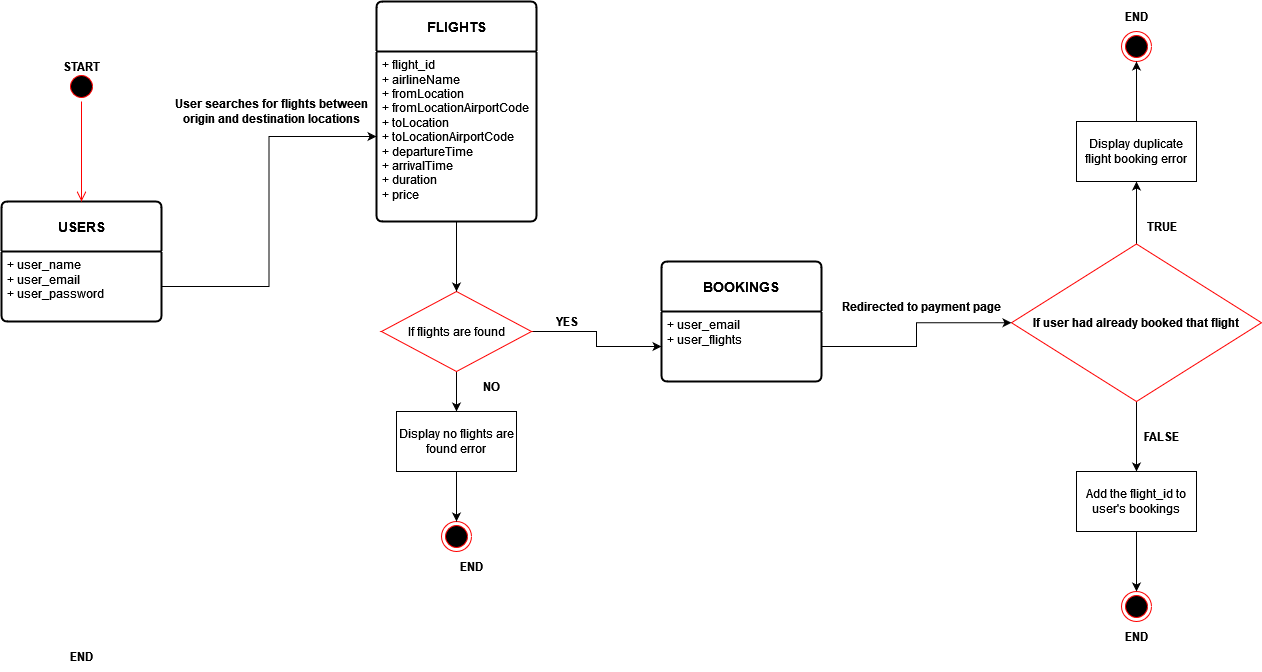
Above: documentation_images/complex_query_2.png in praneethravuri/Horizon-Airlines-Bookings (draw.io), before the change. Source tidied: cells renumbered, new cells last; positions are measured from the earlier drawing's top-left corner, leaving out a move shared by most shapes. Source of this version:
```xml
<mxGraphModel>
  <root>
    <mxCell id="0" />
    <mxCell id="1" parent="0" />
    <mxCell id="2" value="&lt;b&gt;USERS&lt;/b&gt;" style="swimlane;horizontal=1;startSize=50;rounded=1;fontSize=14;fontStyle=0;strokeWidth=2;shadow=0;dashed=0;align=center;arcSize=4;whiteSpace=wrap;html=1;" parent="1" vertex="1">
      <mxGeometry y="200" width="160" height="120" as="geometry" />
    </mxCell>
    <mxCell id="3" value="+ user_name&lt;br&gt;+ user_email&lt;br&gt;+ user_password" style="align=left;strokeColor=none;fillColor=none;spacingLeft=4;fontSize=12;verticalAlign=top;html=1;" parent="2" vertex="1">
      <mxGeometry y="50" width="160" height="70" as="geometry" />
    </mxCell>
    <mxCell id="4" value="&lt;b&gt;BOOKINGS&lt;/b&gt;" style="swimlane;horizontal=1;startSize=50;rounded=1;fontSize=14;fontStyle=0;strokeWidth=2;shadow=0;dashed=0;align=center;arcSize=4;whiteSpace=wrap;html=1;" parent="1" vertex="1">
      <mxGeometry x="660" y="260" width="160" height="120" as="geometry" />
    </mxCell>
    <mxCell id="5" value="+ user_email&lt;br&gt;+ user_flights&lt;br&gt;" style="align=left;strokeColor=none;fillColor=none;spacingLeft=4;fontSize=12;verticalAlign=top;html=1;" parent="4" vertex="1">
      <mxGeometry y="50" width="160" height="70" as="geometry" />
    </mxCell>
    <mxCell id="6" value="&lt;b&gt;FLIGHTS&lt;/b&gt;" style="swimlane;horizontal=1;startSize=50;rounded=1;fontSize=14;fontStyle=0;strokeWidth=2;shadow=0;dashed=0;align=center;arcSize=4;whiteSpace=wrap;html=1;" parent="1" vertex="1">
      <mxGeometry x="375" width="160" height="220" as="geometry" />
    </mxCell>
    <mxCell id="7" value="+ flight_id&lt;br&gt;+ airlineName&lt;br&gt;&lt;div&gt;+ fromLocation&lt;/div&gt;&lt;div&gt;+ fromLocationAirportCode&lt;/div&gt;&lt;div&gt;+ toLocation&lt;/div&gt;&lt;div&gt;+ toLocationAirportCode&lt;/div&gt;&lt;div&gt;+ departureTime&lt;/div&gt;&lt;div&gt;+ arrivalTime&lt;/div&gt;&lt;div&gt;+ duration&lt;/div&gt;&lt;div&gt;+ price&lt;br&gt;&lt;/div&gt;" style="align=left;strokeColor=none;fillColor=none;spacingLeft=4;fontSize=12;verticalAlign=top;html=1;" parent="6" vertex="1">
      <mxGeometry y="50" width="160" height="170" as="geometry" />
    </mxCell>
    <mxCell id="8" style="ellipse;html=1;shape=startState;fillColor=#000000;strokeColor=#ff0000;" parent="1" vertex="1">
      <mxGeometry x="65" y="70" width="30" height="30" as="geometry" />
    </mxCell>
    <mxCell id="9" style="edgeStyle=orthogonalEdgeStyle;html=1;verticalAlign=bottom;endArrow=open;endSize=8;strokeColor=#ff0000;rounded=0;entryX=0.5;entryY=0;entryDx=0;entryDy=0;" parent="1" edge="1" source="8" target="2">
      <mxGeometry relative="1" as="geometry" />
    </mxCell>
    <mxCell id="10" style="ellipse;html=1;shape=endState;fillColor=#000000;strokeColor=#ff0000;" parent="1" vertex="1">
      <mxGeometry x="440" y="520" width="30" height="30" as="geometry" />
    </mxCell>
    <mxCell id="11" value="&lt;b&gt;START&lt;/b&gt;" style="text;html=1;align=center;verticalAlign=middle;strokeColor=none;fillColor=none;" parent="1" vertex="1">
      <mxGeometry x="50" y="50" width="60" height="30" as="geometry" />
    </mxCell>
    <mxCell id="12" value="&lt;b&gt;END&lt;/b&gt;" style="text;html=1;align=center;verticalAlign=middle;strokeColor=none;fillColor=none;" parent="1" vertex="1">
      <mxGeometry x="445" y="550" width="50" height="30" as="geometry" />
    </mxCell>
    <mxCell id="13" value="&lt;b&gt;END&lt;/b&gt;" style="text;html=1;align=center;verticalAlign=middle;strokeColor=none;fillColor=none;" parent="1" vertex="1">
      <mxGeometry x="55" y="640" width="50" height="30" as="geometry" />
    </mxCell>
    <mxCell id="14" style="edgeStyle=orthogonalEdgeStyle;rounded=0;jettySize=auto;html=1;entryX=0;entryY=0.5;entryDx=0;entryDy=0;" parent="1" edge="1" source="3" target="7">
      <mxGeometry relative="1" as="geometry" />
    </mxCell>
    <mxCell id="15" value="&lt;div&gt;&lt;b&gt;User searches for flights between &lt;br&gt;&lt;/b&gt;&lt;/div&gt;&lt;div&gt;&lt;b&gt;origin and destination locations&lt;/b&gt;&lt;/div&gt;" style="text;html=1;align=center;verticalAlign=middle;strokeColor=none;fillColor=none;" parent="1" vertex="1">
      <mxGeometry x="160" y="90" width="220" height="40" as="geometry" />
    </mxCell>
    <mxCell id="16" style="edgeStyle=orthogonalEdgeStyle;rounded=0;jettySize=auto;html=1;" parent="1" edge="1" source="18" target="5">
      <mxGeometry relative="1" as="geometry" />
    </mxCell>
    <mxCell id="17" style="edgeStyle=orthogonalEdgeStyle;rounded=0;jettySize=auto;html=1;entryX=0.5;entryY=0;entryDx=0;entryDy=0;exitX=0.5;exitY=1;exitDx=0;exitDy=0;" parent="1" edge="1" source="18" target="20">
      <mxGeometry relative="1" as="geometry" />
    </mxCell>
    <mxCell id="18" value="If flights are found" style="rhombus;whiteSpace=wrap;html=1;fontColor=#000000;fillColor=#FFFFFF;strokeColor=#ff0000;" parent="1" vertex="1">
      <mxGeometry x="380" y="290" width="150" height="80" as="geometry" />
    </mxCell>
    <mxCell id="19" style="edgeStyle=orthogonalEdgeStyle;rounded=0;jettySize=auto;html=1;" parent="1" edge="1" source="20" target="10">
      <mxGeometry relative="1" as="geometry" />
    </mxCell>
    <mxCell id="20" value="Display no flights are found error" style="whiteSpace=wrap;html=1;" parent="1" vertex="1">
      <mxGeometry x="395" y="410" width="120" height="60" as="geometry" />
    </mxCell>
    <mxCell id="21" value="&lt;b&gt;NO&lt;/b&gt;" style="text;html=1;align=center;verticalAlign=middle;strokeColor=none;fillColor=none;" parent="1" vertex="1">
      <mxGeometry x="470" y="370" width="40" height="30" as="geometry" />
    </mxCell>
    <mxCell id="22" value="&lt;b&gt;YES&lt;/b&gt;" style="text;html=1;align=center;verticalAlign=middle;strokeColor=none;fillColor=none;" parent="1" vertex="1">
      <mxGeometry x="540" y="305" width="50" height="30" as="geometry" />
    </mxCell>
    <mxCell id="23" style="edgeStyle=orthogonalEdgeStyle;rounded=0;jettySize=auto;html=1;entryX=0.5;entryY=1;entryDx=0;entryDy=0;" parent="1" edge="1" source="25" target="31">
      <mxGeometry relative="1" as="geometry" />
    </mxCell>
    <mxCell id="24" style="edgeStyle=orthogonalEdgeStyle;rounded=0;jettySize=auto;html=1;entryX=0.5;entryY=0;entryDx=0;entryDy=0;" parent="1" edge="1" source="25" target="34">
      <mxGeometry relative="1" as="geometry" />
    </mxCell>
    <mxCell id="25" value="&lt;b&gt;If user had already booked that flight&lt;/b&gt;" style="rhombus;whiteSpace=wrap;html=1;fontColor=#000000;fillColor=#FFFFFF;strokeColor=#ff0000;" parent="1" vertex="1">
      <mxGeometry x="1010" y="242.5" width="250" height="157.5" as="geometry" />
    </mxCell>
    <mxCell id="26" style="edgeStyle=orthogonalEdgeStyle;rounded=0;jettySize=auto;html=1;entryX=0.5;entryY=0;entryDx=0;entryDy=0;" parent="1" edge="1" source="7" target="18">
      <mxGeometry relative="1" as="geometry" />
    </mxCell>
    <mxCell id="27" style="edgeStyle=orthogonalEdgeStyle;rounded=0;jettySize=auto;html=1;entryX=0;entryY=0.5;entryDx=0;entryDy=0;" parent="1" edge="1" source="5" target="25">
      <mxGeometry relative="1" as="geometry" />
    </mxCell>
    <mxCell id="28" value="&lt;b&gt;Redirected to payment page&lt;/b&gt;" style="text;html=1;align=center;verticalAlign=middle;strokeColor=none;fillColor=none;" parent="1" vertex="1">
      <mxGeometry x="830" y="290" width="180" height="30" as="geometry" />
    </mxCell>
    <mxCell id="29" style="ellipse;html=1;shape=endState;fillColor=#000000;strokeColor=#ff0000;" parent="1" vertex="1">
      <mxGeometry x="1120" y="30" width="30" height="30" as="geometry" />
    </mxCell>
    <mxCell id="30" style="edgeStyle=orthogonalEdgeStyle;rounded=0;jettySize=auto;html=1;entryX=0.5;entryY=1;entryDx=0;entryDy=0;" parent="1" edge="1" source="31" target="29">
      <mxGeometry relative="1" as="geometry" />
    </mxCell>
    <mxCell id="31" value="Display duplicate flight booking error" style="whiteSpace=wrap;html=1;" parent="1" vertex="1">
      <mxGeometry x="1075" y="120" width="120" height="60" as="geometry" />
    </mxCell>
    <mxCell id="32" value="&lt;b&gt;END&lt;/b&gt;" style="text;html=1;align=center;verticalAlign=middle;strokeColor=none;fillColor=none;" parent="1" vertex="1">
      <mxGeometry x="1110" width="50" height="30" as="geometry" />
    </mxCell>
    <mxCell id="33" style="edgeStyle=orthogonalEdgeStyle;rounded=0;jettySize=auto;html=1;entryX=0.5;entryY=0;entryDx=0;entryDy=0;" parent="1" edge="1" source="34" target="37">
      <mxGeometry relative="1" as="geometry" />
    </mxCell>
    <mxCell id="34" value="Add the flight_id to user's bookings" style="whiteSpace=wrap;html=1;" parent="1" vertex="1">
      <mxGeometry x="1075" y="470" width="120" height="60" as="geometry" />
    </mxCell>
    <mxCell id="35" value="&lt;b&gt;TRUE&lt;/b&gt;" style="text;html=1;align=center;verticalAlign=middle;strokeColor=none;fillColor=none;" parent="1" vertex="1">
      <mxGeometry x="1130" y="210" width="60" height="30" as="geometry" />
    </mxCell>
    <mxCell id="36" value="&lt;b&gt;FALSE&lt;/b&gt;" style="text;html=1;align=center;verticalAlign=middle;strokeColor=none;fillColor=none;" parent="1" vertex="1">
      <mxGeometry x="1130" y="420" width="60" height="30" as="geometry" />
    </mxCell>
    <mxCell id="37" style="ellipse;html=1;shape=endState;fillColor=#000000;strokeColor=#ff0000;" parent="1" vertex="1">
      <mxGeometry x="1120" y="590" width="30" height="30" as="geometry" />
    </mxCell>
    <mxCell id="38" value="&lt;b&gt;END&lt;/b&gt;" style="text;html=1;align=center;verticalAlign=middle;strokeColor=none;fillColor=none;" parent="1" vertex="1">
      <mxGeometry x="1110" y="620" width="50" height="30" as="geometry" />
    </mxCell>
  </root>
</mxGraphModel>
```
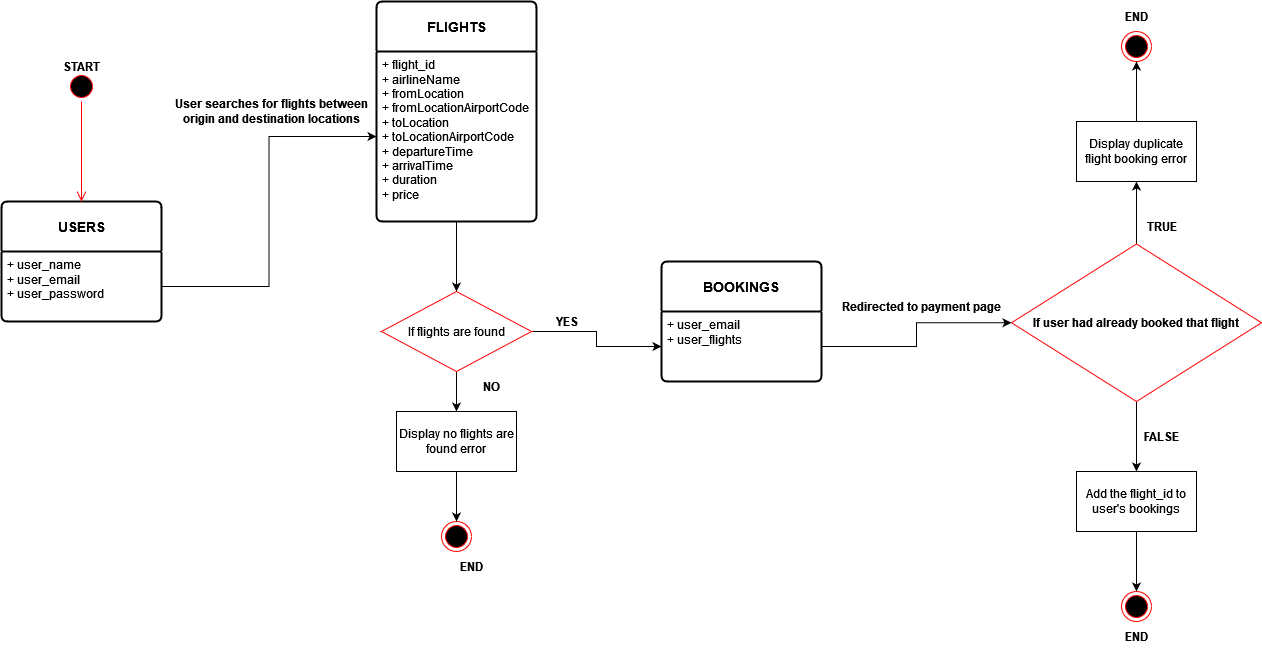
After the change.

What changed in the source:
```diff
@@ -35,9 +35,6 @@
     <mxCell id="12" value="&lt;b&gt;END&lt;/b&gt;" style="text;html=1;align=center;verticalAlign=middle;strokeColor=none;fillColor=none;" parent="1" vertex="1">
       <mxGeometry x="445" y="550" width="50" height="30" as="geometry" />
     </mxCell>
-    <mxCell id="13" value="&lt;b&gt;END&lt;/b&gt;" style="text;html=1;align=center;verticalAlign=middle;strokeColor=none;fillColor=none;" parent="1" vertex="1">
-      <mxGeometry x="55" y="640" width="50" height="30" as="geometry" />
-    </mxCell>
     <mxCell id="14" style="edgeStyle=orthogonalEdgeStyle;rounded=0;jettySize=auto;html=1;entryX=0;entryY=0.5;entryDx=0;entryDy=0;" parent="1" edge="1" source="3" target="7">
       <mxGeometry relative="1" as="geometry" />
     </mxCell>
```
